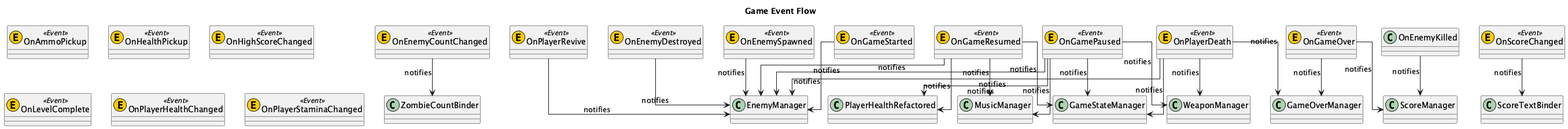
This is DevTools/Diagrams/out/event_flow.png from ieatyoursushi/Zombtoy, a PlantUML export, as it was before one commit.
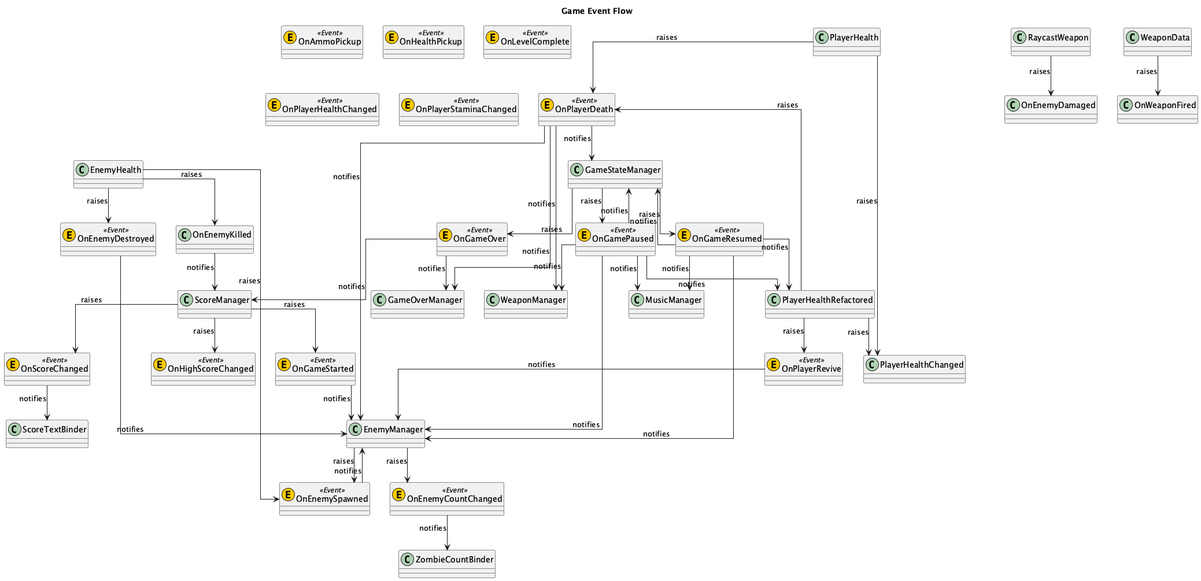
The same diagram one commit later.

The edit, as a diff of the source:
```diff
@@ -17,26 +17,44 @@
 class OnPlayerRevive << (E,#FFCC00) Event >>
 class OnPlayerStaminaChanged << (E,#FFCC00) Event >>
 class OnScoreChanged << (E,#FFCC00) Event >>
+GameStateManager --> OnGameOver : raises
+GameStateManager --> OnGamePaused : raises
+GameStateManager --> OnGameResumed : raises
+EnemyManager --> OnEnemyCountChanged : raises
+EnemyManager --> OnEnemySpawned : raises
+EnemyHealth --> OnEnemySpawned : raises
+ScoreManager --> OnScoreChanged : raises
+ScoreManager --> OnGameStarted : raises
+ScoreManager --> OnHighScoreChanged : raises
+RaycastWeapon --> OnEnemyDamaged : raises
+WeaponData --> OnWeaponFired : raises
+EnemyHealth --> OnEnemyKilled : raises
+EnemyHealth --> OnEnemyDestroyed : raises
+PlayerHealthRefactored --> PlayerHealthChanged : raises
+PlayerHealth --> PlayerHealthChanged : raises
+PlayerHealthRefactored --> OnPlayerDeath : raises
+PlayerHealth --> OnPlayerDeath : raises
+PlayerHealthRefactored --> OnPlayerRevive : raises
+OnGamePaused --> MusicManager : notifies
+OnGamePaused --> GameStateManager : notifies
+OnGamePaused --> EnemyManager : notifies
+OnGamePaused --> WeaponManager : notifies
 OnGamePaused --> PlayerHealthRefactored : notifies
-OnGamePaused --> EnemyManager : notifies
-OnGamePaused --> GameStateManager : notifies
-OnGamePaused --> WeaponManager : notifies
-OnGamePaused --> MusicManager : notifies
-OnGameResumed --> GameStateManager : notifies
 OnGameResumed --> EnemyManager : notifies
 OnGameResumed --> PlayerHealthRefactored : notifies
 OnGameResumed --> MusicManager : notifies
+OnGameResumed --> GameStateManager : notifies
 OnScoreChanged --> ScoreTextBinder : notifies
 OnEnemyCountChanged --> ZombieCountBinder : notifies
+OnPlayerDeath --> EnemyManager : notifies
+OnPlayerDeath --> WeaponManager : notifies
+OnPlayerDeath --> GameOverManager : notifies
 OnPlayerDeath --> GameStateManager : notifies
-OnPlayerDeath --> GameOverManager : notifies
-OnPlayerDeath --> WeaponManager : notifies
-OnPlayerDeath --> EnemyManager : notifies
 OnEnemySpawned --> EnemyManager : notifies
 OnEnemyDestroyed --> EnemyManager : notifies
 OnGameStarted --> EnemyManager : notifies
 OnPlayerRevive --> EnemyManager : notifies
+OnGameOver --> ScoreManager : notifies
 OnGameOver --> GameOverManager : notifies
-OnGameOver --> ScoreManager : notifies
 OnEnemyKilled --> ScoreManager : notifies
 @enduml
```
